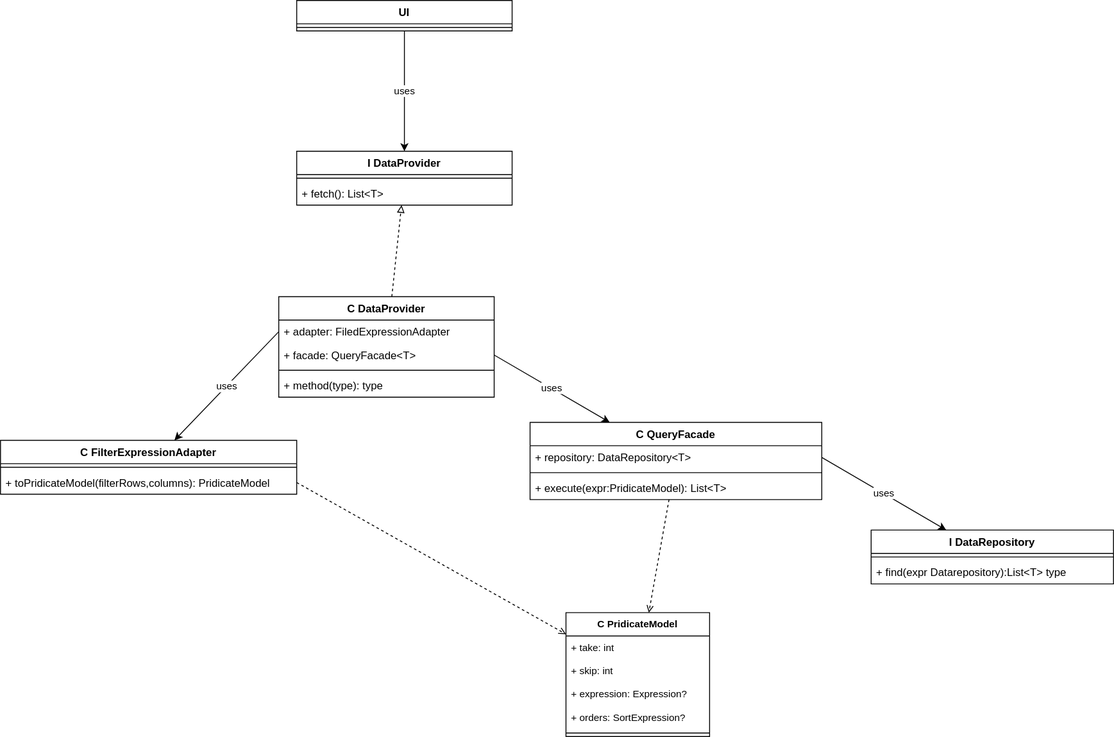
okpnet/flutter-pms keeps this draw.io diagram as uml/usecase.drawio.svg. Above is the earlier version. Source tidied: cells renumbered, new cells last; positions are measured from the earlier drawing's top-left corner, leaving out a move shared by most shapes.
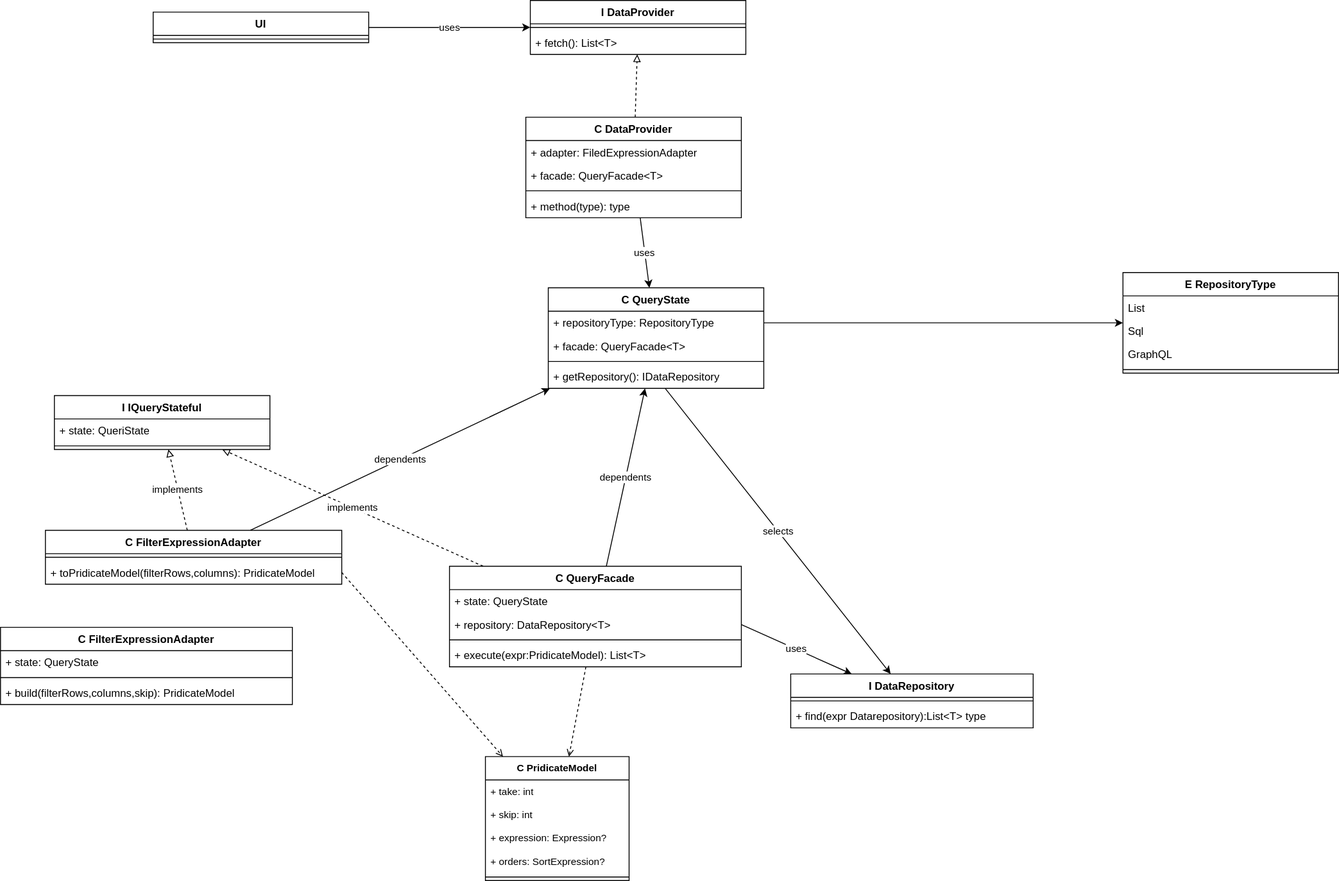
Later version of the same file.

Change to the diagram source:
```diff
@@ -2,8 +2,14 @@
   <root>
     <mxCell id="0" />
     <mxCell id="1" parent="0" />
+    <mxCell id="35" value="implements" style="edgeStyle=none;html=1;rounded=1;dashed=1;strokeColor=default;align=center;verticalAlign=middle;fontFamily=Helvetica;fontSize=11;fontColor=default;labelBackgroundColor=default;endArrow=block;endFill=0;" parent="1" edge="1" source="2" target="52">
+      <mxGeometry relative="1" as="geometry" />
+    </mxCell>
+    <mxCell id="36" value="dependents" style="edgeStyle=none;html=1;" parent="1" edge="1" source="2" target="40">
+      <mxGeometry relative="1" as="geometry" />
+    </mxCell>
     <mxCell id="2" value="C FilterExpressionAdapter" style="swimlane;fontStyle=1;align=center;verticalAlign=top;horizontal=1;startSize=26;whiteSpace=wrap;html=1;" parent="1" vertex="1">
-      <mxGeometry y="490" width="330" height="60" as="geometry" />
+      <mxGeometry x="140" y="430" width="330" height="60" as="geometry" />
     </mxCell>
     <mxCell id="3" style="line;strokeWidth=1;fillColor=none;align=left;verticalAlign=middle;spacingTop=-1;spacingLeft=3;spacingRight=3;labelPosition=right;strokeColor=inherit;" parent="2" vertex="1">
       <mxGeometry y="26" width="330" height="8" as="geometry" />
@@ -15,7 +21,7 @@
       <mxGeometry relative="1" as="geometry" />
     </mxCell>
     <mxCell id="6" value="C DataProvider" style="swimlane;fontStyle=1;align=center;verticalAlign=top;horizontal=1;startSize=26;whiteSpace=wrap;html=1;" parent="1" vertex="1">
-      <mxGeometry x="310" y="330" width="240" height="112" as="geometry" />
+      <mxGeometry x="675" y="-30" width="240" height="112" as="geometry" />
     </mxCell>
     <mxCell id="7" value="+ adapter: FiledExpressionAdapter" style="text;strokeColor=none;fillColor=none;align=left;verticalAlign=top;spacingLeft=4;spacingRight=4;overflow=hidden;points=[[0,0.5],[1,0.5]];portConstraint=eastwest;whiteSpace=wrap;html=1;" parent="6" vertex="1">
       <mxGeometry y="26" width="240" height="26" as="geometry" />
@@ -29,25 +35,31 @@
     <mxCell id="10" value="+ method(type): type" style="text;strokeColor=none;fillColor=none;align=left;verticalAlign=top;spacingLeft=4;spacingRight=4;overflow=hidden;whiteSpace=wrap;html=1;" parent="6" vertex="1">
       <mxGeometry y="86" width="240" height="26" as="geometry" />
     </mxCell>
-    <mxCell id="11" value="uses" style="edgeStyle=none;html=1;exitX=0;exitY=0.5;exitDx=0;exitDy=0;" parent="1" edge="1" source="7" target="2">
-      <mxGeometry relative="1" as="geometry" />
-    </mxCell>
     <mxCell id="12" style="edgeStyle=none;shape=connector;rounded=1;html=1;strokeColor=default;align=center;verticalAlign=middle;fontFamily=Helvetica;fontSize=11;fontColor=default;labelBackgroundColor=default;endArrow=open;dashed=1;endFill=0;" parent="1" edge="1" source="13" target="28">
       <mxGeometry relative="1" as="geometry" />
     </mxCell>
+    <mxCell id="37" value="dependents" style="edgeStyle=none;html=1;" parent="1" edge="1" source="13" target="40">
+      <mxGeometry relative="1" as="geometry" />
+    </mxCell>
+    <mxCell id="38" value="implements" style="edgeStyle=none;html=1;rounded=1;dashed=1;strokeColor=default;align=center;verticalAlign=middle;fontFamily=Helvetica;fontSize=11;fontColor=default;labelBackgroundColor=default;endArrow=block;endFill=0;" parent="1" edge="1" source="13" target="52">
+      <mxGeometry relative="1" as="geometry" />
+    </mxCell>
     <mxCell id="13" value="C QueryFacade" style="swimlane;fontStyle=1;align=center;verticalAlign=top;horizontal=1;startSize=26;whiteSpace=wrap;html=1;" parent="1" vertex="1">
-      <mxGeometry x="590" y="470" width="325" height="86" as="geometry" />
+      <mxGeometry x="590" y="470" width="325" height="112" as="geometry" />
     </mxCell>
+    <mxCell id="39" value="+ state: QueryState" style="text;strokeColor=none;fillColor=none;align=left;verticalAlign=top;spacingLeft=4;spacingRight=4;overflow=hidden;whiteSpace=wrap;html=1;" parent="13" vertex="1">
+      <mxGeometry y="26" width="325" height="26" as="geometry" />
+    </mxCell>
     <mxCell id="14" value="+ repository: DataRepository&amp;lt;T&amp;gt;" style="text;strokeColor=none;fillColor=none;align=left;verticalAlign=top;spacingLeft=4;spacingRight=4;overflow=hidden;points=[[0,0.5],[1,0.5]];portConstraint=eastwest;whiteSpace=wrap;html=1;" parent="13" vertex="1">
-      <mxGeometry y="26" width="325" height="26" as="geometry" />
+      <mxGeometry y="52" width="325" height="26" as="geometry" />
     </mxCell>
     <mxCell id="15" style="line;strokeWidth=1;fillColor=none;align=left;verticalAlign=middle;spacingTop=-1;spacingLeft=3;spacingRight=3;labelPosition=right;strokeColor=inherit;" parent="13" vertex="1">
-      <mxGeometry y="52" width="325" height="8" as="geometry" />
+      <mxGeometry y="78" width="325" height="8" as="geometry" />
     </mxCell>
     <mxCell id="16" value="+ execute(expr:PridicateModel): List&amp;lt;T&amp;gt;" style="text;strokeColor=none;fillColor=none;align=left;verticalAlign=top;spacingLeft=4;spacingRight=4;overflow=hidden;whiteSpace=wrap;html=1;" parent="13" vertex="1">
-      <mxGeometry y="60" width="325" height="26" as="geometry" />
+      <mxGeometry y="86" width="325" height="26" as="geometry" />
     </mxCell>
-    <mxCell id="17" value="uses" style="edgeStyle=none;html=1;exitX=1;exitY=0.5;exitDx=0;exitDy=0;" parent="1" edge="1" source="8" target="13">
+    <mxCell id="17" value="uses" style="edgeStyle=none;html=1;" parent="1" edge="1" source="6" target="40">
       <mxGeometry relative="1" as="geometry" />
     </mxCell>
     <mxCell id="18" value="I DataRepository" style="swimlane;fontStyle=1;align=center;verticalAlign=top;horizontal=1;startSize=26;whiteSpace=wrap;html=1;" parent="1" vertex="1">
@@ -63,7 +75,7 @@
       <mxGeometry relative="1" as="geometry" />
     </mxCell>
     <mxCell id="22" value="I DataProvider" style="swimlane;fontStyle=1;align=center;verticalAlign=top;horizontal=1;startSize=26;whiteSpace=wrap;html=1;" parent="1" vertex="1">
-      <mxGeometry x="330" y="168" width="240" height="60" as="geometry" />
+      <mxGeometry x="680" y="-160" width="240" height="60" as="geometry" />
     </mxCell>
     <mxCell id="23" style="line;strokeWidth=1;fillColor=none;align=left;verticalAlign=middle;spacingTop=-1;spacingLeft=3;spacingRight=3;labelPosition=right;strokeColor=inherit;" parent="22" vertex="1">
       <mxGeometry y="26" width="240" height="8" as="geometry" />
@@ -75,7 +87,7 @@
       <mxGeometry relative="1" as="geometry" />
     </mxCell>
     <mxCell id="26" value="UI" style="swimlane;fontStyle=1;align=center;verticalAlign=top;horizontal=1;startSize=26;whiteSpace=wrap;html=1;" parent="1" vertex="1">
-      <mxGeometry x="330" width="240" height="34" as="geometry" />
+      <mxGeometry x="260" y="-147" width="240" height="34" as="geometry" />
     </mxCell>
     <mxCell id="27" style="line;strokeWidth=1;fillColor=none;align=left;verticalAlign=middle;spacingTop=-1;spacingLeft=3;spacingRight=3;labelPosition=right;strokeColor=inherit;" parent="26" vertex="1">
       <mxGeometry y="26" width="240" height="8" as="geometry" />
@@ -101,5 +113,62 @@
     <mxCell id="34" style="edgeStyle=none;shape=connector;rounded=1;html=1;exitX=1;exitY=0.5;exitDx=0;exitDy=0;strokeColor=default;align=center;verticalAlign=middle;fontFamily=Helvetica;fontSize=11;fontColor=default;labelBackgroundColor=default;endArrow=open;dashed=1;endFill=0;" parent="1" edge="1" source="4" target="28">
       <mxGeometry relative="1" as="geometry" />
     </mxCell>
+    <mxCell id="40" value="C QueryState" style="swimlane;fontStyle=1;align=center;verticalAlign=top;horizontal=1;startSize=26;whiteSpace=wrap;html=1;" parent="1" vertex="1">
+      <mxGeometry x="700" y="160" width="240" height="112" as="geometry" />
+    </mxCell>
+    <mxCell id="41" value="+ repositoryType: RepositoryType" style="text;strokeColor=none;fillColor=none;align=left;verticalAlign=top;spacingLeft=4;spacingRight=4;overflow=hidden;points=[[0,0.5],[1,0.5]];portConstraint=eastwest;whiteSpace=wrap;html=1;" parent="40" vertex="1">
+      <mxGeometry y="26" width="240" height="26" as="geometry" />
+    </mxCell>
+    <mxCell id="42" value="+ facade: QueryFacade&amp;lt;T&amp;gt;" style="text;strokeColor=none;fillColor=none;align=left;verticalAlign=top;spacingLeft=4;spacingRight=4;overflow=hidden;whiteSpace=wrap;html=1;" parent="40" vertex="1">
+      <mxGeometry y="52" width="240" height="26" as="geometry" />
+    </mxCell>
+    <mxCell id="43" style="line;strokeWidth=1;fillColor=none;align=left;verticalAlign=middle;spacingTop=-1;spacingLeft=3;spacingRight=3;labelPosition=right;strokeColor=inherit;" parent="40" vertex="1">
+      <mxGeometry y="78" width="240" height="8" as="geometry" />
+    </mxCell>
+    <mxCell id="44" value="+ getRepository(): IDataRepository" style="text;strokeColor=none;fillColor=none;align=left;verticalAlign=top;spacingLeft=4;spacingRight=4;overflow=hidden;points=[[0,0.5],[1,0.5]];portConstraint=eastwest;whiteSpace=wrap;html=1;" parent="40" vertex="1">
+      <mxGeometry y="86" width="240" height="26" as="geometry" />
+    </mxCell>
+    <mxCell id="45" value="E RepositoryType" style="swimlane;fontStyle=1;align=center;verticalAlign=top;horizontal=1;startSize=26;whiteSpace=wrap;html=1;" parent="1" vertex="1">
+      <mxGeometry x="1340" y="143" width="240" height="112" as="geometry" />
+    </mxCell>
+    <mxCell id="46" value="List" style="text;strokeColor=none;fillColor=none;align=left;verticalAlign=top;spacingLeft=4;spacingRight=4;overflow=hidden;whiteSpace=wrap;html=1;" parent="45" vertex="1">
+      <mxGeometry y="26" width="240" height="26" as="geometry" />
+    </mxCell>
+    <mxCell id="47" value="Sql" style="text;strokeColor=none;fillColor=none;align=left;verticalAlign=top;spacingLeft=4;spacingRight=4;overflow=hidden;whiteSpace=wrap;html=1;" parent="45" vertex="1">
+      <mxGeometry y="52" width="240" height="26" as="geometry" />
+    </mxCell>
+    <mxCell id="48" value="GraphQL" style="text;strokeColor=none;fillColor=none;align=left;verticalAlign=top;spacingLeft=4;spacingRight=4;overflow=hidden;whiteSpace=wrap;html=1;" parent="45" vertex="1">
+      <mxGeometry y="78" width="240" height="26" as="geometry" />
+    </mxCell>
+    <mxCell id="49" style="line;strokeWidth=1;fillColor=none;align=left;verticalAlign=middle;spacingTop=-1;spacingLeft=3;spacingRight=3;labelPosition=right;strokeColor=inherit;" parent="45" vertex="1">
+      <mxGeometry y="104" width="240" height="8" as="geometry" />
+    </mxCell>
+    <mxCell id="50" value="selects" style="edgeStyle=none;html=1;" parent="1" edge="1" source="44" target="18">
+      <mxGeometry relative="1" as="geometry" />
+    </mxCell>
+    <mxCell id="51" style="edgeStyle=none;html=1;" parent="1" edge="1" source="41" target="45">
+      <mxGeometry relative="1" as="geometry" />
+    </mxCell>
+    <mxCell id="52" value="I IQueryStateful" style="swimlane;fontStyle=1;align=center;verticalAlign=top;horizontal=1;startSize=26;whiteSpace=wrap;html=1;" parent="1" vertex="1">
+      <mxGeometry x="150" y="280" width="240" height="60" as="geometry" />
+    </mxCell>
+    <mxCell id="53" value="+ state: QueriState" style="text;strokeColor=none;fillColor=none;align=left;verticalAlign=top;spacingLeft=4;spacingRight=4;overflow=hidden;whiteSpace=wrap;html=1;" parent="52" vertex="1">
+      <mxGeometry y="26" width="240" height="26" as="geometry" />
+    </mxCell>
+    <mxCell id="54" style="line;strokeWidth=1;fillColor=none;align=left;verticalAlign=middle;spacingTop=-1;spacingLeft=3;spacingRight=3;labelPosition=right;strokeColor=inherit;" parent="52" vertex="1">
+      <mxGeometry y="52" width="240" height="8" as="geometry" />
+    </mxCell>
+    <mxCell id="55" value="&lt;span style=&quot;color: rgb(0, 0, 0);&quot;&gt;C FilterExpressionAdapter&lt;/span&gt;" style="swimlane;fontStyle=1;align=center;verticalAlign=top;horizontal=1;startSize=26;whiteSpace=wrap;html=1;" parent="1" vertex="1">
+      <mxGeometry x="90" y="538" width="325" height="86" as="geometry" />
+    </mxCell>
+    <mxCell id="56" value="+ state: QueryState" style="text;strokeColor=none;fillColor=none;align=left;verticalAlign=top;spacingLeft=4;spacingRight=4;overflow=hidden;whiteSpace=wrap;html=1;" parent="55" vertex="1">
+      <mxGeometry y="26" width="325" height="26" as="geometry" />
+    </mxCell>
+    <mxCell id="57" style="line;strokeWidth=1;fillColor=none;align=left;verticalAlign=middle;spacingTop=-1;spacingLeft=3;spacingRight=3;labelPosition=right;strokeColor=inherit;" parent="55" vertex="1">
+      <mxGeometry y="52" width="325" height="8" as="geometry" />
+    </mxCell>
+    <mxCell id="58" value="&lt;span style=&quot;color: rgb(0, 0, 0);&quot;&gt;+ build(filterRows,columns,skip): PridicateModel&lt;/span&gt;" style="text;strokeColor=none;fillColor=none;align=left;verticalAlign=top;spacingLeft=4;spacingRight=4;overflow=hidden;whiteSpace=wrap;html=1;" parent="55" vertex="1">
+      <mxGeometry y="60" width="325" height="26" as="geometry" />
+    </mxCell>
   </root>
 </mxGraphModel>
```
